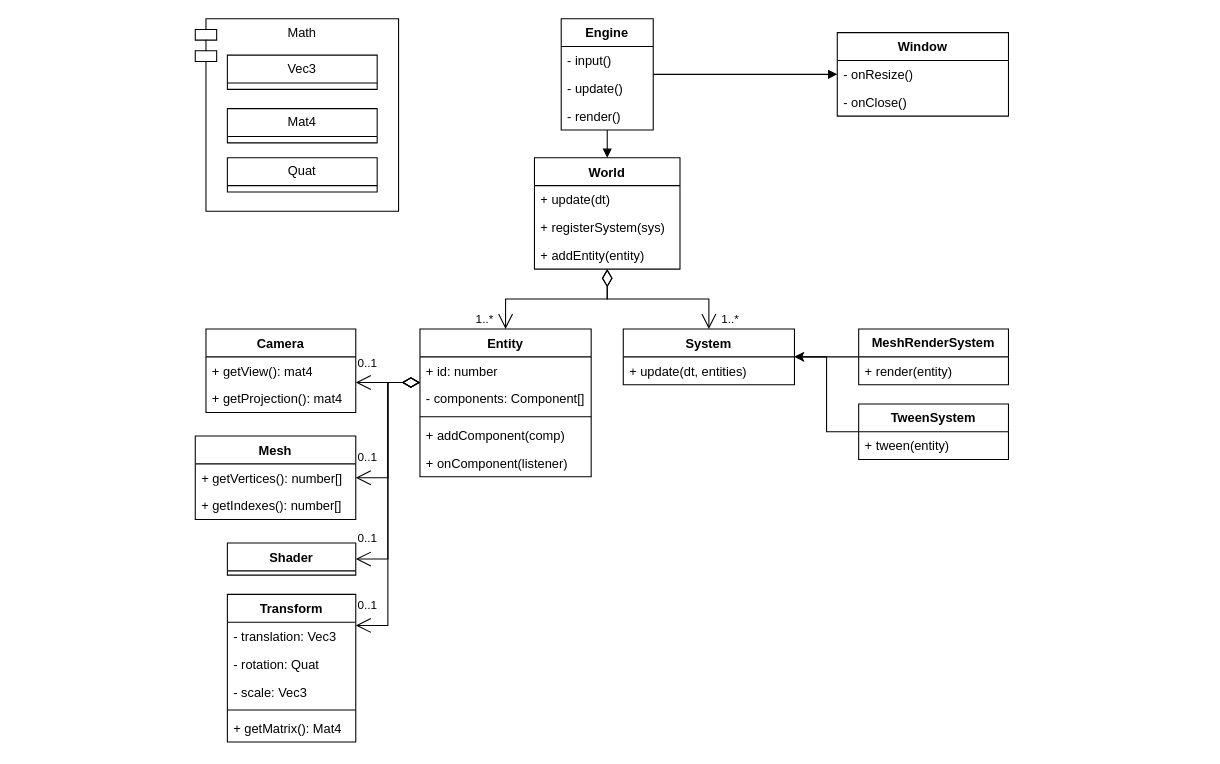
Before: engine.drawio in asimaruk/GGenie, a draw.io diagram. Source tidied: cells renumbered, new cells numbered last; positions are measured from the earlier drawing's top-left corner, leaving out a move shared by most shapes. Both pictures are drawn from the tidied source at 107%, with x=0, y=0 at pixel (195, 18).
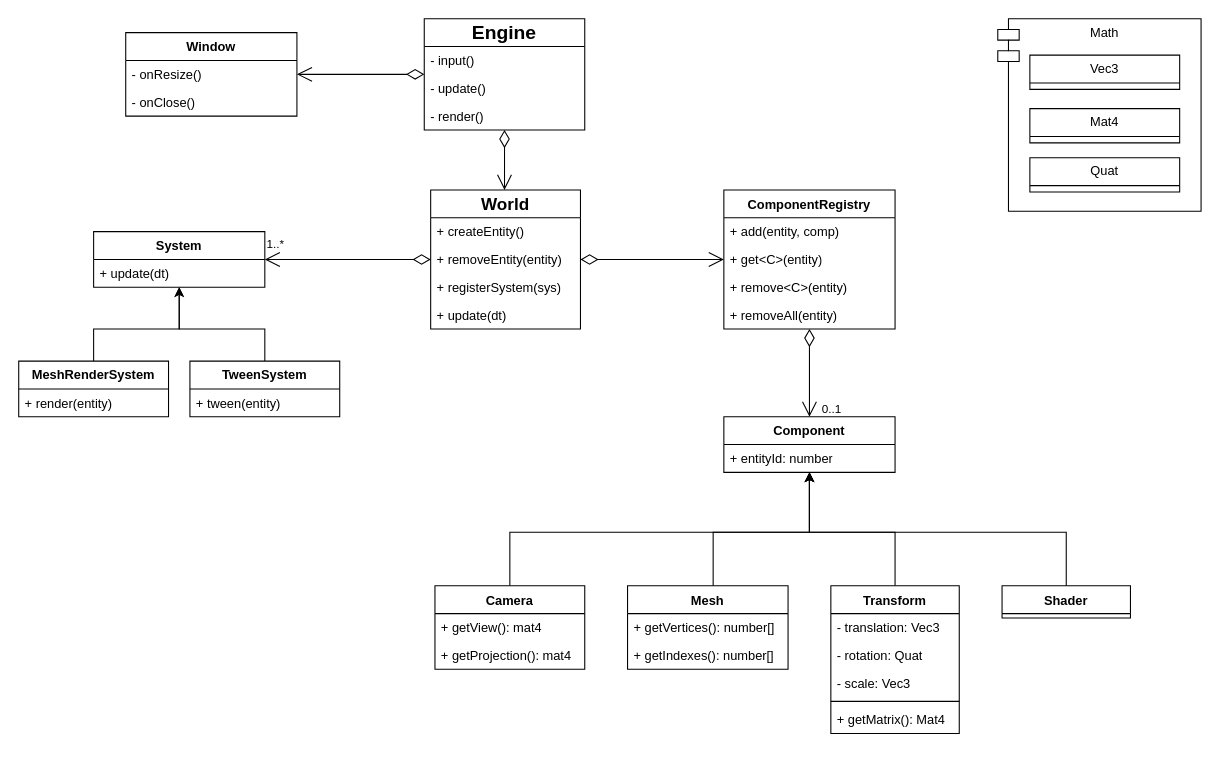
The same diagram, later.

Diff of the diagram source:
```diff
@@
     <mxCell id="2" value="Window" style="swimlane;fontStyle=1;align=center;verticalAlign=top;horizontal=1;startSize=26;whiteSpace=wrap;html=1;rounded=0;" parent="1" vertex="1">
-      <mxGeometry x="600" y="13" width="160" height="78" as="geometry" />
+      <mxGeometry x="-65" y="13" width="160" height="78" as="geometry" />
     </mxCell>
@@
-    <mxCell id="5" value="Engine" style="swimlane;fontStyle=1;align=center;verticalAlign=top;horizontal=1;startSize=26;whiteSpace=wrap;html=1;rounded=0;" parent="1" vertex="1">
-      <mxGeometry x="342" width="86" height="104" as="geometry" />
+    <mxCell id="5" value="Engine" style="swimlane;fontStyle=1;align=center;verticalAlign=middle;horizontal=1;startSize=26;whiteSpace=wrap;html=1;rounded=0;fontSize=18;" parent="1" vertex="1">
+      <mxGeometry x="214" width="150" height="104" as="geometry" />
     </mxCell>
     <mxCell id="6" value="- input()" style="text;strokeColor=none;fillColor=none;align=left;verticalAlign=top;spacingLeft=4;spacingRight=4;overflow=hidden;whiteSpace=wrap;html=1;rounded=0;" parent="5" vertex="1">
-      <mxGeometry y="26" width="86" height="26" as="geometry" />
+      <mxGeometry y="26" width="150" height="26" as="geometry" />
     </mxCell>
     <mxCell id="7" value="- update()" style="text;strokeColor=none;fillColor=none;align=left;verticalAlign=top;spacingLeft=4;spacingRight=4;overflow=hidden;whiteSpace=wrap;html=1;rounded=0;" parent="5" vertex="1">
-      <mxGeometry y="52" width="86" height="26" as="geometry" />
+      <mxGeometry y="52" width="150" height="26" as="geometry" />
     </mxCell>
     <mxCell id="8" value="- render()" style="text;strokeColor=none;fillColor=none;align=left;verticalAlign=top;spacingLeft=4;spacingRight=4;overflow=hidden;whiteSpace=wrap;html=1;rounded=0;" parent="5" vertex="1">
-      <mxGeometry y="78" width="86" height="26" as="geometry" />
+      <mxGeometry y="78" width="150" height="26" as="geometry" />
     </mxCell>
     <mxCell id="9" value="Mesh" style="swimlane;fontStyle=1;align=center;verticalAlign=top;horizontal=1;startSize=26;whiteSpace=wrap;html=1;rounded=0;" parent="1" vertex="1">
-      <mxGeometry y="390" width="150" height="78" as="geometry" />
+      <mxGeometry x="404" y="530" width="150" height="78" as="geometry" />
     </mxCell>
@@
-    <mxCell id="12" style="edgeStyle=orthogonalEdgeStyle;rounded=0;jettySize=auto;html=1;exitX=0;exitY=0.5;exitDx=0;exitDy=0;" parent="1" edge="1" source="13" target="45">
-      <mxGeometry relative="1" as="geometry" />
+    <mxCell id="12" style="edgeStyle=orthogonalEdgeStyle;rounded=0;jettySize=auto;html=1;" parent="1" edge="1" source="13" target="45">
+      <mxGeometry relative="1" as="geometry">
+        <Array as="points">
+          <mxPoint x="-95" y="290" />
+          <mxPoint x="-15" y="290" />
+        </Array>
+      </mxGeometry>
     </mxCell>
     <mxCell id="13" value="&lt;b&gt;Mesh&lt;/b&gt;&lt;b style=&quot;background-color: transparent; color: light-dark(rgb(0, 0, 0), rgb(255, 255, 255));&quot;&gt;RenderSystem&lt;/b&gt;" style="swimlane;fontStyle=0;horizontal=1;startSize=26;whiteSpace=wrap;html=1;rounded=0;" parent="1" vertex="1">
-      <mxGeometry x="620" y="290" width="140" height="52" as="geometry" />
+      <mxGeometry x="-165" y="320" width="140" height="52" as="geometry" />
     </mxCell>
@@
+    <mxCell id="54" style="edgeStyle=orthogonalEdgeStyle;rounded=0;jettySize=auto;html=1;exitX=0.5;exitY=0.5;exitDx=0;exitDy=0;exitPerimeter=0;" parent="1" edge="1" source="15" target="60">
+      <mxGeometry relative="1" as="geometry">
+        <Array as="points">
+          <mxPoint x="814" y="480" />
+          <mxPoint x="574" y="480" />
+        </Array>
+      </mxGeometry>
+    </mxCell>
     <mxCell id="15" value="Shader" style="swimlane;fontStyle=1;align=center;verticalAlign=top;horizontal=1;startSize=26;whiteSpace=wrap;html=1;" parent="1" vertex="1">
-      <mxGeometry x="30" y="490" width="120" height="30" as="geometry" />
+      <mxGeometry x="754" y="530" width="120" height="30" as="geometry" />
     </mxCell>
-    <mxCell id="16" style="endArrow=block;endFill=1;html=1;align=left;verticalAlign=bottom;spacing=0;spacingLeft=0;edgeStyle=orthogonalEdgeStyle;strokeColor=default;curved=0;rounded=1;" parent="1" edge="1" source="5" target="2">
-      <mxGeometry x="-0.18" y="4" relative="1" as="geometry" />
-    </mxCell>
+    <mxCell id="55" style="edgeStyle=orthogonalEdgeStyle;rounded=0;jettySize=auto;html=1;" parent="1" edge="1" source="17" target="60">
+      <mxGeometry relative="1" as="geometry">
+        <Array as="points">
+          <mxPoint x="294" y="480" />
+          <mxPoint x="574" y="480" />
+        </Array>
+      </mxGeometry>
+    </mxCell>
     <mxCell id="17" value="Camera" style="swimlane;fontStyle=1;align=center;verticalAlign=top;horizontal=1;startSize=26;whiteSpace=wrap;html=1;" parent="1" vertex="1">
-      <mxGeometry x="10" y="290" width="140" height="78" as="geometry" />
+      <mxGeometry x="224" y="530" width="140" height="78" as="geometry" />
     </mxCell>
@@
-    <mxCell id="21" value="Entity" style="swimlane;fontStyle=1;align=center;verticalAlign=top;horizontal=1;startSize=26;whiteSpace=wrap;html=1;" parent="1" vertex="1">
-      <mxGeometry x="210" y="290" width="160" height="138" as="geometry" />
+    <mxCell id="21" value="ComponentRegistry" style="swimlane;fontStyle=1;align=center;verticalAlign=top;horizontal=1;startSize=26;whiteSpace=wrap;html=1;" parent="1" vertex="1">
+      <mxGeometry x="494" y="160" width="160" height="130" as="geometry" />
     </mxCell>
-    <mxCell id="22" value="+ id: number" style="text;strokeColor=none;fillColor=none;align=left;verticalAlign=top;spacingLeft=4;spacingRight=4;overflow=hidden;whiteSpace=wrap;html=1;" parent="21" vertex="1">
-      <mxGeometry y="26" width="160" height="26" as="geometry" />
-    </mxCell>
-    <mxCell id="23" value="- components: Component[]" style="text;strokeColor=none;fillColor=none;align=left;verticalAlign=top;spacingLeft=4;spacingRight=4;overflow=hidden;whiteSpace=wrap;html=1;" parent="21" vertex="1">
-      <mxGeometry y="52" width="160" height="26" as="geometry" />
-    </mxCell>
-    <mxCell id="24" style="line;strokeWidth=1;fillColor=none;align=left;verticalAlign=middle;spacingTop=-1;spacingLeft=3;spacingRight=3;labelPosition=right;strokeColor=inherit;" parent="21" vertex="1">
-      <mxGeometry y="78" width="160" height="8" as="geometry" />
-    </mxCell>
-    <mxCell id="25" value="+ addComponent(comp)" style="text;strokeColor=none;fillColor=none;align=left;verticalAlign=top;spacingLeft=4;spacingRight=4;overflow=hidden;whiteSpace=wrap;html=1;" parent="21" vertex="1">
-      <mxGeometry y="86" width="160" height="26" as="geometry" />
+    <mxCell id="25" value="+ add(entity, comp)" style="text;strokeColor=none;fillColor=none;align=left;verticalAlign=top;spacingLeft=4;spacingRight=4;overflow=hidden;whiteSpace=wrap;html=1;" parent="21" vertex="1">
+      <mxGeometry y="26" width="160" height="26" as="geometry" />
     </mxCell>
-    <mxCell id="26" value="+ onComponent(listener)" style="text;strokeColor=none;fillColor=none;align=left;verticalAlign=top;spacingLeft=4;spacingRight=4;overflow=hidden;whiteSpace=wrap;html=1;" parent="21" vertex="1">
-      <mxGeometry y="112" width="160" height="26" as="geometry" />
+    <mxCell id="26" value="+ get&amp;lt;C&amp;gt;(entity)" style="text;strokeColor=none;fillColor=none;align=left;verticalAlign=top;spacingLeft=4;spacingRight=4;overflow=hidden;whiteSpace=wrap;html=1;" parent="21" vertex="1">
+      <mxGeometry y="52" width="160" height="26" as="geometry" />
     </mxCell>
+    <mxCell id="56" value="+ remove&amp;lt;C&amp;gt;(entity)" style="text;strokeColor=none;fillColor=none;align=left;verticalAlign=top;spacingLeft=4;spacingRight=4;overflow=hidden;whiteSpace=wrap;html=1;" parent="21" vertex="1">
+      <mxGeometry y="78" width="160" height="26" as="geometry" />
+    </mxCell>
+    <mxCell id="57" value="+ removeAll(entity)" style="text;strokeColor=none;fillColor=none;align=left;verticalAlign=top;spacingLeft=4;spacingRight=4;overflow=hidden;whiteSpace=wrap;html=1;" parent="21" vertex="1">
+      <mxGeometry y="104" width="160" height="26" as="geometry" />
+    </mxCell>
+    <mxCell id="58" style="edgeStyle=orthogonalEdgeStyle;rounded=0;jettySize=auto;html=1;" parent="1" edge="1" source="27" target="60">
+      <mxGeometry relative="1" as="geometry">
+        <Array as="points">
+          <mxPoint x="654" y="480" />
+          <mxPoint x="574" y="480" />
+        </Array>
+      </mxGeometry>
+    </mxCell>
     <mxCell id="27" value="Transform" style="swimlane;fontStyle=1;align=center;verticalAlign=top;horizontal=1;startSize=26;whiteSpace=wrap;html=1;" parent="1" vertex="1">
-      <mxGeometry x="30" y="538" width="120" height="138" as="geometry" />
+      <mxGeometry x="594" y="530" width="120" height="138" as="geometry" />
     </mxCell>
@@
     <mxCell id="33" style="group;" parent="1" vertex="1">
-      <mxGeometry width="190" height="180" as="geometry" />
+      <mxGeometry x="750" width="190" height="180" as="geometry" />
     </mxCell>
@@
     <mxCell id="38" style="edgeStyle=orthogonalEdgeStyle;rounded=0;jettySize=auto;html=1;" parent="1" edge="1" source="39" target="45">
       <mxGeometry relative="1" as="geometry">
         <Array as="points">
-          <mxPoint x="590" y="386" />
-          <mxPoint x="590" y="316" />
+          <mxPoint x="65" y="290" />
+          <mxPoint x="-15" y="290" />
         </Array>
       </mxGeometry>
     </mxCell>
     <mxCell id="39" value="&lt;b&gt;TweenSystem&lt;/b&gt;" style="swimlane;fontStyle=0;horizontal=1;startSize=26;whiteSpace=wrap;html=1;rounded=0;" parent="1" vertex="1">
-      <mxGeometry x="620" y="360" width="140" height="52" as="geometry" />
+      <mxGeometry x="-5" y="320" width="140" height="52" as="geometry" />
     </mxCell>
@@
-    <mxCell id="41" value="World" style="swimlane;fontStyle=1;align=center;verticalAlign=top;horizontal=1;startSize=26;whiteSpace=wrap;html=1;" parent="1" vertex="1">
-      <mxGeometry x="317" y="130" width="136" height="104" as="geometry" />
+    <mxCell id="41" value="World" style="swimlane;fontStyle=1;align=center;verticalAlign=middle;horizontal=1;startSize=26;whiteSpace=wrap;html=1;fontSize=16;" parent="1" vertex="1">
+      <mxGeometry x="220" y="160" width="140" height="130" as="geometry" />
     </mxCell>
+    <mxCell id="44" value="+ createEntity()" style="text;strokeColor=none;fillColor=none;align=left;verticalAlign=top;spacingLeft=4;spacingRight=4;overflow=hidden;whiteSpace=wrap;html=1;" parent="41" vertex="1">
+      <mxGeometry y="26" width="140" height="26" as="geometry" />
+    </mxCell>
+    <mxCell id="59" value="+ removeEntity(e&lt;span style=&quot;background-color: transparent; color: light-dark(rgb(0, 0, 0), rgb(255, 255, 255));&quot;&gt;ntity)&lt;/span&gt;" style="text;strokeColor=none;fillColor=none;align=left;verticalAlign=top;spacingLeft=4;spacingRight=4;overflow=hidden;whiteSpace=wrap;html=1;" parent="41" vertex="1">
+      <mxGeometry y="52" width="140" height="26" as="geometry" />
+    </mxCell>
+    <mxCell id="43" value="+ registerSystem(sys)" style="text;strokeColor=none;fillColor=none;align=left;verticalAlign=top;spacingLeft=4;spacingRight=4;overflow=hidden;whiteSpace=wrap;html=1;" parent="41" vertex="1">
+      <mxGeometry y="78" width="140" height="26" as="geometry" />
+    </mxCell>
     <mxCell id="42" value="+ update(dt)" style="text;strokeColor=none;fillColor=none;align=left;verticalAlign=top;spacingLeft=4;spacingRight=4;overflow=hidden;whiteSpace=wrap;html=1;" parent="41" vertex="1">
-      <mxGeometry y="26" width="136" height="26" as="geometry" />
+      <mxGeometry y="104" width="140" height="26" as="geometry" />
     </mxCell>
-    <mxCell id="43" value="+ registerSystem(sys)" style="text;strokeColor=none;fillColor=none;align=left;verticalAlign=top;spacingLeft=4;spacingRight=4;overflow=hidden;whiteSpace=wrap;html=1;" parent="41" vertex="1">
-      <mxGeometry y="52" width="136" height="26" as="geometry" />
-    </mxCell>
-    <mxCell id="44" value="+ addEntity(entity)" style="text;strokeColor=none;fillColor=none;align=left;verticalAlign=top;spacingLeft=4;spacingRight=4;overflow=hidden;whiteSpace=wrap;html=1;" parent="41" vertex="1">
-      <mxGeometry y="78" width="136" height="26" as="geometry" />
-    </mxCell>
     <mxCell id="45" value="System" style="swimlane;fontStyle=1;align=center;verticalAlign=top;horizontal=1;startSize=26;whiteSpace=wrap;html=1;" parent="1" vertex="1">
-      <mxGeometry x="400" y="290" width="160" height="52" as="geometry" />
+      <mxGeometry x="-95" y="199" width="160" height="52" as="geometry" />
     </mxCell>
-    <mxCell id="46" value="+ update(dt, entities&lt;span style=&quot;background-color: transparent; color: light-dark(rgb(0, 0, 0), rgb(255, 255, 255));&quot;&gt;)&lt;/span&gt;" style="text;strokeColor=none;fillColor=none;align=left;verticalAlign=top;spacingLeft=4;spacingRight=4;overflow=hidden;whiteSpace=wrap;html=1;" parent="45" vertex="1">
+    <mxCell id="46" value="+ update(dt&lt;span style=&quot;background-color: transparent; color: light-dark(rgb(0, 0, 0), rgb(255, 255, 255));&quot;&gt;)&lt;/span&gt;" style="text;strokeColor=none;fillColor=none;align=left;verticalAlign=top;spacingLeft=4;spacingRight=4;overflow=hidden;whiteSpace=wrap;html=1;" parent="45" vertex="1">
       <mxGeometry y="26" width="160" height="26" as="geometry" />
     </mxCell>
-    <mxCell id="47" value="1..*" style="endArrow=open;html=1;endSize=12;startArrow=diamondThin;startSize=14;startFill=0;edgeStyle=orthogonalEdgeStyle;align=right;verticalAlign=bottom;rounded=0;" parent="1" edge="1" source="41" target="21">
-      <mxGeometry x="1" y="-10" relative="1" as="geometry" />
+    <mxCell id="47" value="1..*" style="endArrow=open;html=1;endSize=12;startArrow=diamondThin;startSize=14;startFill=0;edgeStyle=orthogonalEdgeStyle;align=right;verticalAlign=bottom;rounded=0;fontColor=none;noLabel=1;" parent="1" edge="1" source="41" target="21">
+      <mxGeometry x="1" y="-10" relative="1" as="geometry">
+        <Array as="points">
+          <mxPoint x="415" y="225" />
+          <mxPoint x="415" y="225" />
+        </Array>
+      </mxGeometry>
     </mxCell>
     <mxCell id="48" value="1..*" style="endArrow=open;html=1;endSize=12;startArrow=diamondThin;startSize=14;startFill=0;edgeStyle=orthogonalEdgeStyle;align=left;verticalAlign=bottom;rounded=0;" parent="1" edge="1" source="41" target="45">
-      <mxGeometry x="1" y="10" relative="1" as="geometry" />
+      <mxGeometry x="1" y="-5" relative="1" as="geometry" />
     </mxCell>
+    <mxCell id="60" value="Component" style="swimlane;fontStyle=1;align=center;verticalAlign=top;horizontal=1;startSize=26;whiteSpace=wrap;html=1;" parent="1" vertex="1">
+      <mxGeometry x="494" y="372" width="160" height="52" as="geometry" />
+    </mxCell>
+    <mxCell id="61" value="+ entityId: number" style="text;strokeColor=none;fillColor=none;align=left;verticalAlign=top;spacingLeft=4;spacingRight=4;overflow=hidden;whiteSpace=wrap;html=1;" parent="60" vertex="1">
+      <mxGeometry y="26" width="160" height="26" as="geometry" />
+    </mxCell>
+    <mxCell id="62" value="0..1" style="endArrow=open;html=1;endSize=12;startArrow=diamondThin;startSize=14;startFill=0;edgeStyle=orthogonalEdgeStyle;align=left;verticalAlign=bottom;rounded=0;labelPosition=center;verticalLabelPosition=middle;labelBackgroundColor=none;" parent="1" edge="1" source="21" target="60">
+      <mxGeometry x="1" y="10" relative="1" as="geometry">
+        <mxPoint y="2" as="offset" />
+      </mxGeometry>
+    </mxCell>
+    <mxCell id="63" style="edgeStyle=orthogonalEdgeStyle;rounded=0;jettySize=auto;html=1;" parent="1" edge="1" source="9" target="60">
+      <mxGeometry relative="1" as="geometry">
+        <Array as="points">
+          <mxPoint x="484" y="480" />
+          <mxPoint x="574" y="480" />
+        </Array>
+      </mxGeometry>
+    </mxCell>
-    <mxCell id="49" style="endArrow=block;endFill=1;html=1;align=left;verticalAlign=bottom;spacing=0;spacingLeft=0;edgeStyle=orthogonalEdgeStyle;strokeColor=default;curved=0;rounded=1;" parent="1" edge="1" source="5" target="41">
-      <mxGeometry x="-0.18" y="4" relative="1" as="geometry" />
+    <mxCell id="49" value="1..*" style="endArrow=open;html=1;endSize=12;startArrow=diamondThin;startSize=14;startFill=0;edgeStyle=orthogonalEdgeStyle;align=right;verticalAlign=bottom;rounded=0;fontColor=none;noLabel=1;" parent="1" edge="1" source="5" target="41">
+      <mxGeometry x="1" y="-10" relative="1" as="geometry">
+        <Array as="points">
+          <mxPoint x="290" y="52" />
+        </Array>
+      </mxGeometry>
     </mxCell>
-    <mxCell id="50" value="0..1" style="endArrow=open;html=1;endSize=12;startArrow=diamondThin;startSize=14;startFill=0;edgeStyle=orthogonalEdgeStyle;align=left;verticalAlign=bottom;rounded=0;" parent="1" edge="1" source="21" target="9">
-      <mxGeometry x="1" y="-10" relative="1" as="geometry">
-        <Array as="points">
-          <mxPoint x="180" y="340" />
-          <mxPoint x="180" y="429" />
-        </Array>
-      </mxGeometry>
-    </mxCell>
-    <mxCell id="51" value="0..1" style="endArrow=open;html=1;endSize=12;startArrow=diamondThin;startSize=14;startFill=0;edgeStyle=orthogonalEdgeStyle;align=left;verticalAlign=bottom;rounded=0;entryX=1;entryY=0.5;entryDx=0;entryDy=0;" parent="1" edge="1" source="21" target="15">
-      <mxGeometry x="1" y="-10" relative="1" as="geometry">
-        <Array as="points">
-          <mxPoint x="180" y="340" />
-          <mxPoint x="180" y="505" />
-        </Array>
-      </mxGeometry>
-    </mxCell>
-    <mxCell id="52" value="0..1" style="endArrow=open;html=1;endSize=12;startArrow=diamondThin;startSize=14;startFill=0;edgeStyle=orthogonalEdgeStyle;align=left;verticalAlign=bottom;rounded=0;" parent="1" edge="1" source="21" target="27">
-      <mxGeometry x="1" y="-10" relative="1" as="geometry">
-        <Array as="points">
-          <mxPoint x="180" y="340" />
-          <mxPoint x="180" y="567" />
-        </Array>
-      </mxGeometry>
-    </mxCell>
-    <mxCell id="53" value="0..1" style="endArrow=open;html=1;endSize=12;startArrow=diamondThin;startSize=14;startFill=0;edgeStyle=orthogonalEdgeStyle;align=left;verticalAlign=bottom;rounded=0;" parent="1" edge="1" source="21" target="17">
-      <mxGeometry x="1" y="-9" relative="1" as="geometry">
-        <Array as="points">
-          <mxPoint x="180" y="340" />
-          <mxPoint x="180" y="340" />
-        </Array>
-      </mxGeometry>
-    </mxCell>
+    <mxCell id="16" value="1..*" style="endArrow=open;html=1;endSize=12;startArrow=diamondThin;startSize=14;startFill=0;edgeStyle=orthogonalEdgeStyle;align=right;verticalAlign=bottom;rounded=0;fontColor=none;noLabel=1;" parent="1" edge="1" source="5" target="2">
+      <mxGeometry x="1" y="-10" relative="1" as="geometry" />
+    </mxCell>
```
